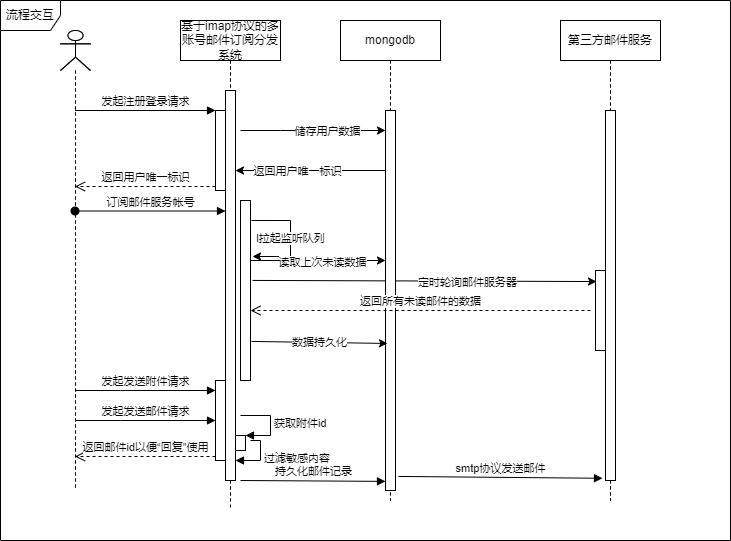
Earlier version of the draw.io export doc/image/流程交互图.png (wujunwei/gomail). Source tidied: cells renumbered, new cells last; positions are measured from the earlier drawing's top-left corner, leaving out a move shared by most shapes.
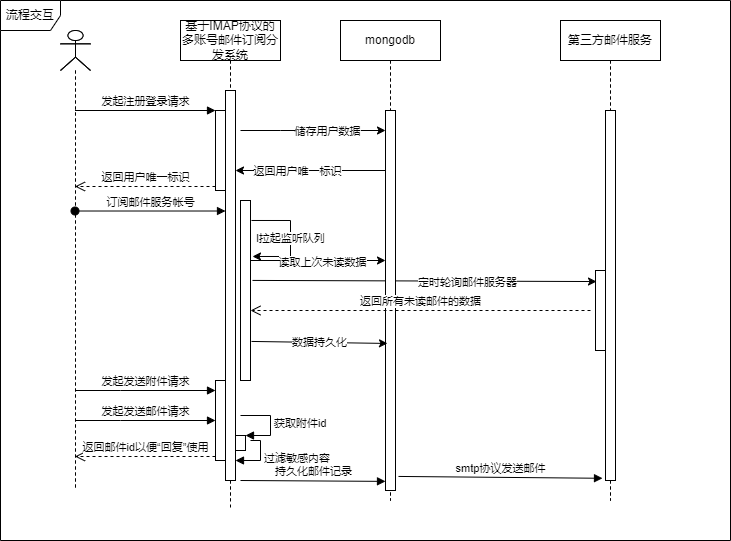
Later version of the same file.

What changed in the source:
```diff
@@ -25,7 +25,7 @@
     <mxCell id="7" style="html=1;points=[];perimeter=orthogonalPerimeter;" parent="3" vertex="1">
       <mxGeometry x="35" y="360" width="10" height="80" as="geometry" />
     </mxCell>
-    <mxCell id="8" value="基于imap协议的多账号邮件订阅分发系统" style="shape=umlLifeline;perimeter=lifelinePerimeter;whiteSpace=wrap;html=1;" parent="1" vertex="1">
+    <mxCell id="8" value="基于IMAP协议的多账号邮件订阅分发系统" style="shape=umlLifeline;perimeter=lifelinePerimeter;whiteSpace=wrap;html=1;" parent="1" vertex="1">
       <mxGeometry x="180" y="20" width="100" height="490" as="geometry" />
     </mxCell>
     <mxCell id="9" style="html=1;points=[];perimeter=orthogonalPerimeter;" parent="8" vertex="1">
```
